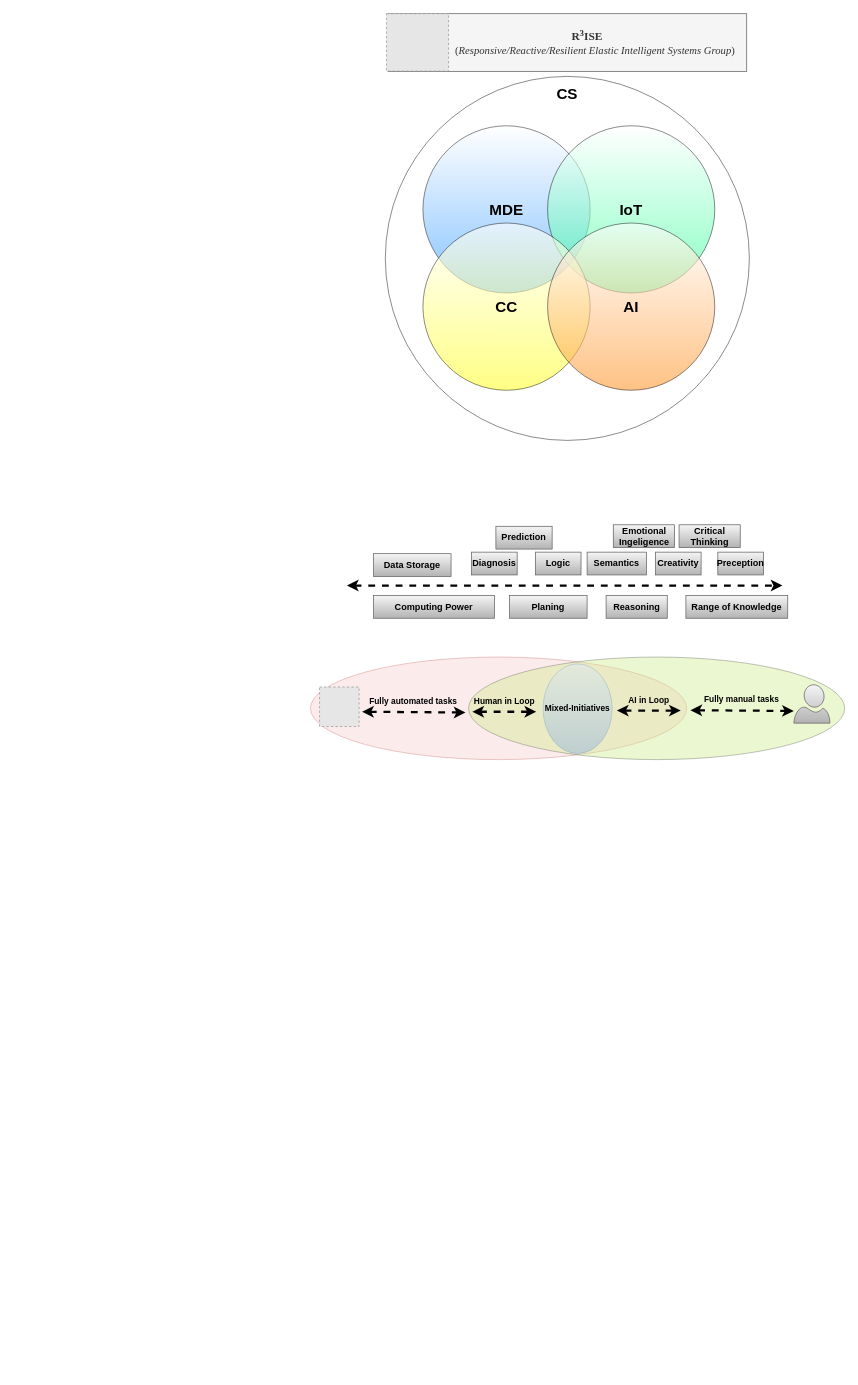
The draw.io diagram page "Research Overview" (13 of 16) of WinWorkFlow.drawio.xml in MajidGitHubRepos/AllDiagrams, before the edit. Source tidied: cells renumbered, new cells numbered last; positions are measured from the earlier drawing's top-left corner, leaving out a move shared by most shapes. Both pictures are drawn from the tidied source at 76%, with x=0, y=0 at pixel (310, 13). Pictures stored in the file or linked from it are replaced by grey dashed boxes.
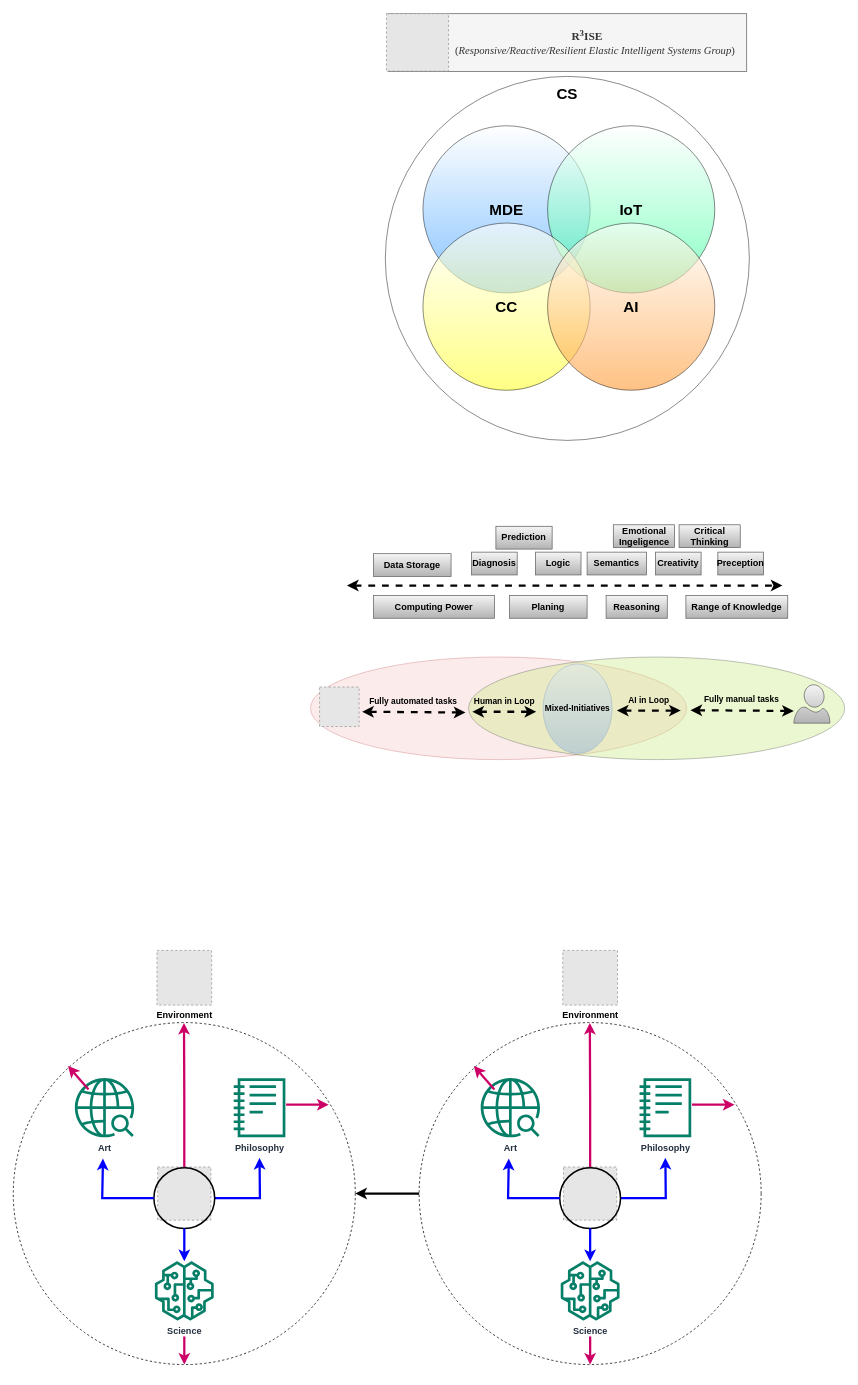
After the change.

The edit, as a diff of the source:
```diff
@@
+    <mxCell id="33" style="group;" parent="1" vertex="1">
+      <mxGeometry x="143" y="1328" width="450" height="450" as="geometry" />
+    </mxCell>
+    <mxCell id="34" style="ellipse;whiteSpace=wrap;html=1;fillColor=none;dashed=1;" parent="33" vertex="1">
+      <mxGeometry width="450" height="450" as="geometry" />
+    </mxCell>
+    <mxCell id="35" style="fillColor=#E6E6E6;strokeColor=#999999;dashed=1;html=1;verticalAlign=top;verticalLabelPosition=bottom;labelBackgroundColor=#ffffff;" parent="33" vertex="1">
+      <mxGeometry x="190" y="190" width="70" height="70" as="geometry" />
+    </mxCell>
+    <mxCell id="36" value="&lt;b&gt;Art&lt;/b&gt;" style="sketch=0;fontColor=#232F3E;gradientColor=none;fillColor=#067F68;strokeColor=none;dashed=0;verticalLabelPosition=bottom;verticalAlign=top;align=center;html=1;fontSize=12;fontStyle=0;shape=mxgraph.aws4.sagemaker_geospatial_ml;" parent="33" vertex="1">
+      <mxGeometry x="81" y="73" width="78" height="78" as="geometry" />
+    </mxCell>
+    <mxCell id="37" value="&lt;b&gt;Philosophy&lt;/b&gt;" style="sketch=0;fontColor=#232F3E;gradientColor=none;fillColor=#067F68;strokeColor=none;dashed=0;verticalLabelPosition=bottom;verticalAlign=top;align=center;html=1;fontSize=12;fontStyle=0;shape=mxgraph.aws4.sagemaker_notebook;" parent="33" vertex="1">
+      <mxGeometry x="290" y="73" width="68" height="78" as="geometry" />
+    </mxCell>
+    <mxCell id="38" value="&lt;b&gt;Science&lt;/b&gt;" style="sketch=0;outlineConnect=0;fontColor=#232F3E;gradientColor=none;fillColor=#067F68;strokeColor=none;dashed=0;verticalLabelPosition=bottom;verticalAlign=top;align=center;html=1;fontSize=12;fontStyle=0;shape=mxgraph.aws4.sagemaker_model;" parent="33" vertex="1">
+      <mxGeometry x="186" y="314" width="78" height="78" as="geometry" />
+    </mxCell>
+    <mxCell id="39" style="edgeStyle=orthogonalEdgeStyle;rounded=0;jettySize=auto;html=1;strokeWidth=3;strokeColor=#0000FF;" parent="33" edge="1" source="41">
+      <mxGeometry relative="1" as="geometry">
+        <mxPoint x="324" y="178" as="targetPoint" />
+      </mxGeometry>
+    </mxCell>
+    <mxCell id="40" style="edgeStyle=orthogonalEdgeStyle;rounded=0;jettySize=auto;html=1;exitX=0.5;exitY=0;exitDx=0;exitDy=0;strokeColor=#CC0066;strokeWidth=3;" parent="33" edge="1" source="41">
+      <mxGeometry relative="1" as="geometry">
+        <mxPoint x="224.6" y="0.4" as="targetPoint" />
+      </mxGeometry>
+    </mxCell>
+    <mxCell id="41" style="ellipse;whiteSpace=wrap;html=1;fillColor=none;strokeWidth=2;" parent="33" vertex="1">
+      <mxGeometry x="185" y="191" width="80" height="80" as="geometry" />
+    </mxCell>
+    <mxCell id="42" style="endArrow=classic;html=1;rounded=0;strokeWidth=3;exitX=0;exitY=0.5;exitDx=0;exitDy=0;strokeColor=#0000FF;" parent="33" edge="1" source="41">
+      <mxGeometry relative="1" as="geometry">
+        <mxPoint x="118" y="179" as="targetPoint" />
+        <Array as="points">
+          <mxPoint x="117" y="231" />
+        </Array>
+      </mxGeometry>
+    </mxCell>
+    <mxCell id="43" style="endArrow=classic;html=1;rounded=0;strokeWidth=3;exitX=0.5;exitY=1;exitDx=0;exitDy=0;strokeColor=#0000FF;" parent="33" edge="1" source="41" target="38">
+      <mxGeometry relative="1" as="geometry" />
+    </mxCell>
+    <mxCell id="44" style="rounded=0;orthogonalLoop=1;jettySize=auto;html=1;strokeColor=#CC0066;strokeWidth=3;" parent="1" edge="1">
+      <mxGeometry relative="1" as="geometry">
+        <mxPoint x="242" y="1416" as="sourcePoint" />
+        <mxPoint x="215" y="1385" as="targetPoint" />
+      </mxGeometry>
+    </mxCell>
+    <mxCell id="45" style="rounded=0;orthogonalLoop=1;jettySize=auto;html=1;strokeColor=#CC0066;strokeWidth=3;" parent="1" edge="1">
+      <mxGeometry relative="1" as="geometry">
+        <mxPoint x="502" y="1436" as="sourcePoint" />
+        <mxPoint x="558" y="1436" as="targetPoint" />
+      </mxGeometry>
+    </mxCell>
+    <mxCell id="46" style="rounded=0;jettySize=auto;html=1;strokeColor=#CC0066;strokeWidth=3;entryX=0.5;entryY=1;entryDx=0;entryDy=0;" parent="1" edge="1" target="34">
+      <mxGeometry relative="1" as="geometry">
+        <mxPoint x="368" y="1741" as="sourcePoint" />
+      </mxGeometry>
+    </mxCell>
+    <mxCell id="47" value="&lt;b style=&quot;border-color: var(--border-color);&quot;&gt;Environment&lt;/b&gt;" style="fillColor=#E6E6E6;strokeColor=#999999;dashed=1;html=1;verticalAlign=top;verticalLabelPosition=bottom;labelBackgroundColor=#ffffff;" parent="1" vertex="1">
+      <mxGeometry x="332" y="1233" width="72" height="72" as="geometry" />
+    </mxCell>
+    <mxCell id="48" style="group;" parent="1" vertex="1">
+      <mxGeometry x="-391" y="1334" width="450" height="450" as="geometry" />
+    </mxCell>
+    <mxCell id="49" style="ellipse;whiteSpace=wrap;html=1;fillColor=none;dashed=1;" parent="48" vertex="1">
+      <mxGeometry y="-6" width="450" height="450" as="geometry" />
+    </mxCell>
+    <mxCell id="50" style="fillColor=#E6E6E6;strokeColor=#999999;dashed=1;html=1;verticalAlign=top;verticalLabelPosition=bottom;labelBackgroundColor=#ffffff;" parent="48" vertex="1">
+      <mxGeometry x="190" y="184" width="70" height="70" as="geometry" />
+    </mxCell>
+    <mxCell id="51" value="&lt;b&gt;Art&lt;/b&gt;" style="sketch=0;fontColor=#232F3E;gradientColor=none;fillColor=#067F68;strokeColor=none;dashed=0;verticalLabelPosition=bottom;verticalAlign=top;align=center;html=1;fontSize=12;fontStyle=0;shape=mxgraph.aws4.sagemaker_geospatial_ml;" parent="48" vertex="1">
+      <mxGeometry x="81" y="67" width="78" height="78" as="geometry" />
+    </mxCell>
+    <mxCell id="52" value="&lt;b&gt;Philosophy&lt;/b&gt;" style="sketch=0;fontColor=#232F3E;gradientColor=none;fillColor=#067F68;strokeColor=none;dashed=0;verticalLabelPosition=bottom;verticalAlign=top;align=center;html=1;fontSize=12;fontStyle=0;shape=mxgraph.aws4.sagemaker_notebook;" parent="48" vertex="1">
+      <mxGeometry x="290" y="67" width="68" height="78" as="geometry" />
+    </mxCell>
+    <mxCell id="53" value="&lt;b&gt;Science&lt;/b&gt;" style="sketch=0;outlineConnect=0;fontColor=#232F3E;gradientColor=none;fillColor=#067F68;strokeColor=none;dashed=0;verticalLabelPosition=bottom;verticalAlign=top;align=center;html=1;fontSize=12;fontStyle=0;shape=mxgraph.aws4.sagemaker_model;" parent="48" vertex="1">
+      <mxGeometry x="186" y="308" width="78" height="78" as="geometry" />
+    </mxCell>
+    <mxCell id="54" style="edgeStyle=orthogonalEdgeStyle;rounded=0;jettySize=auto;html=1;strokeWidth=3;strokeColor=#0000FF;" parent="48" edge="1" source="56">
+      <mxGeometry relative="1" as="geometry">
+        <mxPoint x="324" y="172" as="targetPoint" />
+      </mxGeometry>
+    </mxCell>
+    <mxCell id="55" style="edgeStyle=orthogonalEdgeStyle;rounded=0;jettySize=auto;html=1;exitX=0.5;exitY=0;exitDx=0;exitDy=0;strokeColor=#CC0066;strokeWidth=3;" parent="48" edge="1" source="56">
+      <mxGeometry relative="1" as="geometry">
+        <mxPoint x="224.6" y="-5.6" as="targetPoint" />
+      </mxGeometry>
+    </mxCell>
+    <mxCell id="56" style="ellipse;whiteSpace=wrap;html=1;fillColor=none;strokeWidth=2;" parent="48" vertex="1">
+      <mxGeometry x="185" y="185" width="80" height="80" as="geometry" />
+    </mxCell>
+    <mxCell id="57" style="endArrow=classic;html=1;rounded=0;strokeWidth=3;exitX=0;exitY=0.5;exitDx=0;exitDy=0;strokeColor=#0000FF;" parent="48" edge="1" source="56">
+      <mxGeometry relative="1" as="geometry">
+        <mxPoint x="118" y="173" as="targetPoint" />
+        <Array as="points">
+          <mxPoint x="117" y="225" />
+        </Array>
+      </mxGeometry>
+    </mxCell>
+    <mxCell id="58" style="endArrow=classic;html=1;rounded=0;strokeWidth=3;exitX=0.5;exitY=1;exitDx=0;exitDy=0;strokeColor=#0000FF;" parent="48" edge="1" source="56" target="53">
+      <mxGeometry relative="1" as="geometry" />
+    </mxCell>
+    <mxCell id="59" style="rounded=0;orthogonalLoop=1;jettySize=auto;html=1;strokeColor=#CC0066;strokeWidth=3;" parent="1" edge="1">
+      <mxGeometry relative="1" as="geometry">
+        <mxPoint x="-292" y="1416" as="sourcePoint" />
+        <mxPoint x="-319" y="1385" as="targetPoint" />
+      </mxGeometry>
+    </mxCell>
+    <mxCell id="60" style="rounded=0;orthogonalLoop=1;jettySize=auto;html=1;strokeColor=#CC0066;strokeWidth=3;" parent="1" edge="1">
+      <mxGeometry relative="1" as="geometry">
+        <mxPoint x="-32" y="1436" as="sourcePoint" />
+        <mxPoint x="24" y="1436" as="targetPoint" />
+      </mxGeometry>
+    </mxCell>
+    <mxCell id="61" style="rounded=0;jettySize=auto;html=1;strokeColor=#CC0066;strokeWidth=3;entryX=0.5;entryY=1;entryDx=0;entryDy=0;" parent="1" edge="1" target="49">
+      <mxGeometry relative="1" as="geometry">
+        <mxPoint x="-166" y="1741" as="sourcePoint" />
+      </mxGeometry>
+    </mxCell>
+    <mxCell id="62" value="&lt;b style=&quot;border-color: var(--border-color);&quot;&gt;Environment&lt;/b&gt;" style="fillColor=#E6E6E6;strokeColor=#999999;dashed=1;html=1;verticalAlign=top;verticalLabelPosition=bottom;labelBackgroundColor=#ffffff;" parent="1" vertex="1">
+      <mxGeometry x="-202" y="1233" width="72" height="72" as="geometry" />
+    </mxCell>
+    <mxCell id="63" style="edgeStyle=orthogonalEdgeStyle;rounded=0;jettySize=auto;html=1;entryX=1;entryY=0.5;entryDx=0;entryDy=0;strokeWidth=3;strokeColor=#000000;" parent="1" edge="1" source="34" target="49">
+      <mxGeometry relative="1" as="geometry" />
+    </mxCell>
```
